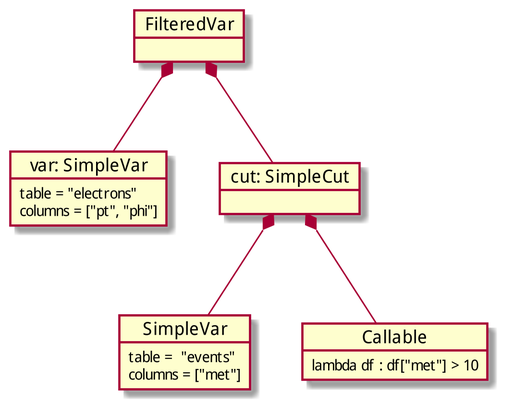
This is docs/diagrams/fv-uc-01.png from marcpaterno/pandana3-design, a PlantUML export, as it was before one commit.
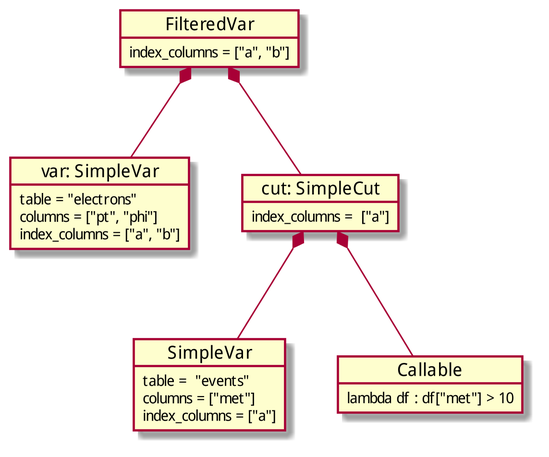
Above is the later version.

The edit, as a diff of the source:
```diff
@@ -4,17 +4,21 @@
 object "var: SimpleVar" as var {
   table = "electrons"
   columns = ["pt", "phi"]
+  index_columns = ["a", "b"]
 }
 
 object "cut: SimpleCut" as cut {
+  index_columns =  ["a"]
 }
 
 object "SimpleVar" as met {
   table =  "events"
   columns = ["met"]
+  index_columns = ["a"]
 }
 
 object "FilteredVar" as fv {
+  index_columns = ["a", "b"]
 }
 
 object "Callable" as pred {
```
